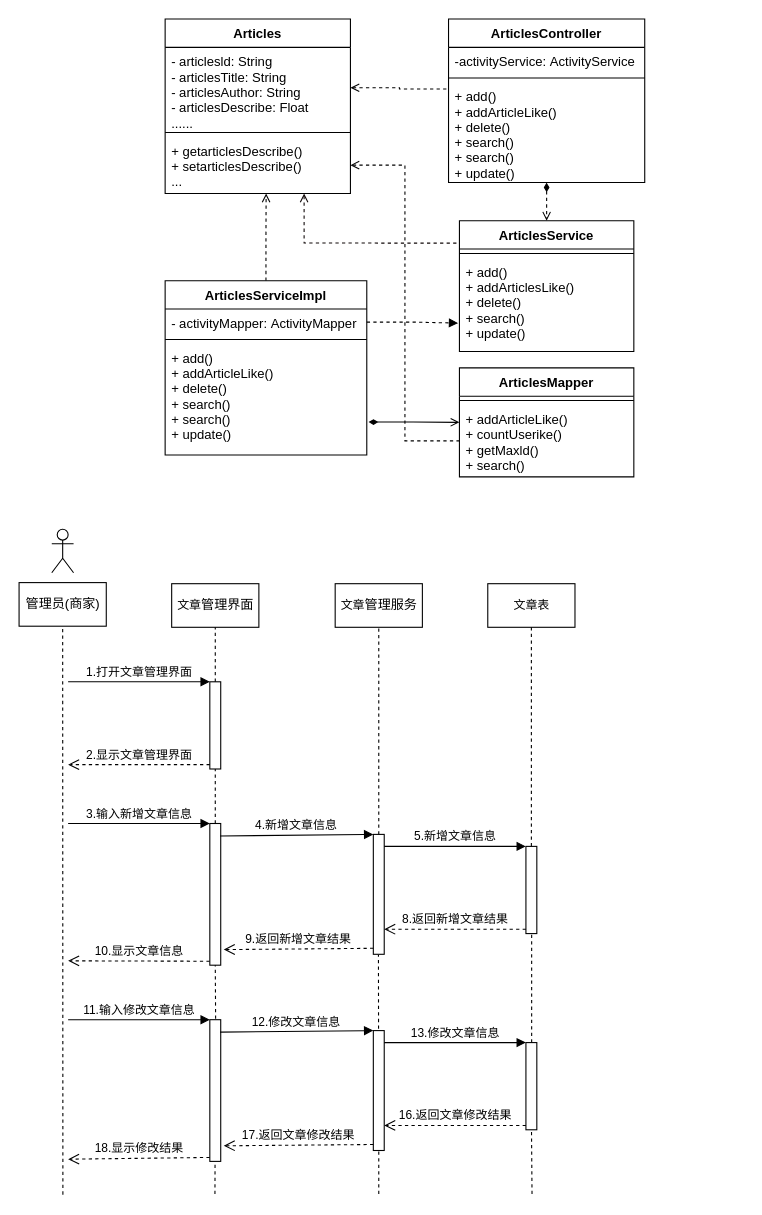
This is page "文章管理" (18 of 27) of Untitled Diagram.drawio from hongkingking/hkk, a draw.io file, before an edit. Source tidied: cells renumbered, new cells numbered last; positions are measured from the earlier drawing's top-left corner, leaving out a move shared by most shapes. Both pictures are drawn from the tidied source at 109%, with x=0, y=0 at pixel (19, 19).
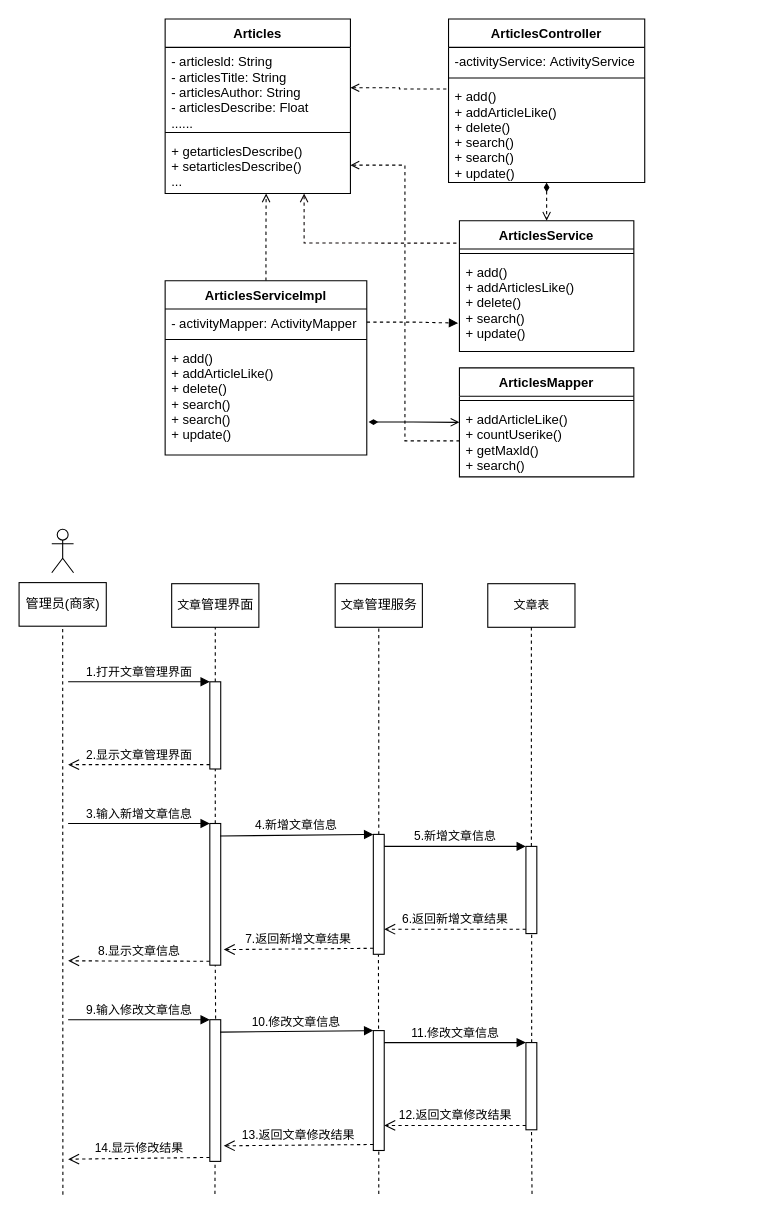
Above is the later version.

The change refers to these unchanged cells:
```xml
<mxCell id="36" style="html=1;points=[];perimeter=orthogonalPerimeter;strokeWidth=1;" parent="1" vertex="1">
  <mxGeometry x="175" y="738" width="10" height="130" as="geometry" />
</mxCell>
<mxCell id="39" style="html=1;points=[];perimeter=orthogonalPerimeter;strokeWidth=1;" parent="1" vertex="1">
  <mxGeometry x="325" y="748" width="10" height="110" as="geometry" />
</mxCell>
<mxCell id="42" style="html=1;points=[];perimeter=orthogonalPerimeter;strokeWidth=1;" parent="1" vertex="1">
  <mxGeometry x="465" y="759" width="10" height="80" as="geometry" />
</mxCell>
<mxCell id="45" style="html=1;points=[];perimeter=orthogonalPerimeter;strokeWidth=1;" parent="1" vertex="1">
  <mxGeometry x="175" y="918" width="10" height="130" as="geometry" />
</mxCell>
<mxCell id="48" style="html=1;points=[];perimeter=orthogonalPerimeter;strokeWidth=1;" parent="1" vertex="1">
  <mxGeometry x="325" y="928" width="10" height="110" as="geometry" />
</mxCell>
<mxCell id="51" style="html=1;points=[];perimeter=orthogonalPerimeter;strokeWidth=1;" parent="1" vertex="1">
  <mxGeometry x="465" y="939" width="10" height="80" as="geometry" />
</mxCell>
```

Diff of the diagram source:
```diff
@@
-    <mxCell id="38" value="10.显示文章信息" style="html=1;verticalAlign=bottom;endArrow=open;dashed=1;endSize=8;exitX=-0.013;exitY=0.972;rounded=0;exitDx=0;exitDy=0;exitPerimeter=0;" parent="1" edge="1" source="36">
+    <mxCell id="38" value="8.显示文章信息" style="html=1;verticalAlign=bottom;endArrow=open;dashed=1;endSize=8;exitX=-0.013;exitY=0.972;rounded=0;exitDx=0;exitDy=0;exitPerimeter=0;" parent="1" edge="1" source="36">
       <mxGeometry relative="1" as="geometry">
         <mxPoint x="45" y="864" as="targetPoint" />
       </mxGeometry>
     </mxCell>
@@
-    <mxCell id="41" value="9.返回新增文章结果" style="html=1;verticalAlign=bottom;endArrow=open;dashed=1;endSize=8;exitX=0;exitY=0.95;rounded=0;entryX=1.28;entryY=0.89;entryDx=0;entryDy=0;entryPerimeter=0;" parent="1" edge="1" source="39" target="36">
+    <mxCell id="41" value="7.返回新增文章结果" style="html=1;verticalAlign=bottom;endArrow=open;dashed=1;endSize=8;exitX=0;exitY=0.95;rounded=0;entryX=1.28;entryY=0.89;entryDx=0;entryDy=0;entryPerimeter=0;" parent="1" edge="1" source="39" target="36">
       <mxGeometry relative="1" as="geometry" />
     </mxCell>
@@
-    <mxCell id="44" value="8.返回新增文章结果" style="html=1;verticalAlign=bottom;endArrow=open;dashed=1;endSize=8;exitX=0;exitY=0.95;rounded=0;" parent="1" edge="1" source="42">
+    <mxCell id="44" value="6.返回新增文章结果" style="html=1;verticalAlign=bottom;endArrow=open;dashed=1;endSize=8;exitX=0;exitY=0.95;rounded=0;" parent="1" edge="1" source="42">
       <mxGeometry relative="1" as="geometry">
         <mxPoint x="335" y="835" as="targetPoint" />
       </mxGeometry>
     </mxCell>
@@
-    <mxCell id="46" value="11.输入修改文章信息" style="html=1;verticalAlign=bottom;endArrow=block;entryX=0;entryY=0;rounded=0;" parent="1" edge="1" target="45">
+    <mxCell id="46" value="9.输入修改文章信息" style="html=1;verticalAlign=bottom;endArrow=block;entryX=0;entryY=0;rounded=0;" parent="1" edge="1" target="45">
       <mxGeometry relative="1" as="geometry">
         <mxPoint x="45" y="918" as="sourcePoint" />
       </mxGeometry>
     </mxCell>
-    <mxCell id="47" value="18.显示修改结果" style="html=1;verticalAlign=bottom;endArrow=open;dashed=1;endSize=8;exitX=-0.013;exitY=0.972;rounded=0;exitDx=0;exitDy=0;exitPerimeter=0;" parent="1" edge="1" source="45">
+    <mxCell id="47" value="14.显示修改结果" style="html=1;verticalAlign=bottom;endArrow=open;dashed=1;endSize=8;exitX=-0.013;exitY=0.972;rounded=0;exitDx=0;exitDy=0;exitPerimeter=0;" parent="1" edge="1" source="45">
       <mxGeometry relative="1" as="geometry">
         <mxPoint x="45" y="1046" as="targetPoint" />
       </mxGeometry>
     </mxCell>
@@
-    <mxCell id="49" value="12.修改文章信息" style="html=1;verticalAlign=bottom;endArrow=block;entryX=0;entryY=0;rounded=0;exitX=0.94;exitY=0.088;exitDx=0;exitDy=0;exitPerimeter=0;" parent="1" edge="1" source="45" target="48">
+    <mxCell id="49" value="10.修改文章信息" style="html=1;verticalAlign=bottom;endArrow=block;entryX=0;entryY=0;rounded=0;exitX=0.94;exitY=0.088;exitDx=0;exitDy=0;exitPerimeter=0;" parent="1" edge="1" source="45" target="48">
       <mxGeometry relative="1" as="geometry" />
     </mxCell>
-    <mxCell id="50" value="17.返回文章修改结果" style="html=1;verticalAlign=bottom;endArrow=open;dashed=1;endSize=8;exitX=0;exitY=0.95;rounded=0;entryX=1.28;entryY=0.89;entryDx=0;entryDy=0;entryPerimeter=0;" parent="1" edge="1" source="48" target="45">
+    <mxCell id="50" value="13.返回文章修改结果" style="html=1;verticalAlign=bottom;endArrow=open;dashed=1;endSize=8;exitX=0;exitY=0.95;rounded=0;entryX=1.28;entryY=0.89;entryDx=0;entryDy=0;entryPerimeter=0;" parent="1" edge="1" source="48" target="45">
       <mxGeometry relative="1" as="geometry" />
     </mxCell>
@@
-    <mxCell id="52" value="13.修改文章信息" style="html=1;verticalAlign=bottom;endArrow=block;entryX=0;entryY=0;rounded=0;" parent="1" edge="1" target="51">
+    <mxCell id="52" value="11.修改文章信息" style="html=1;verticalAlign=bottom;endArrow=block;entryX=0;entryY=0;rounded=0;" parent="1" edge="1" target="51">
       <mxGeometry relative="1" as="geometry">
         <mxPoint x="335" y="939" as="sourcePoint" />
       </mxGeometry>
     </mxCell>
-    <mxCell id="53" value="16.返回文章修改结果" style="html=1;verticalAlign=bottom;endArrow=open;dashed=1;endSize=8;exitX=0;exitY=0.95;rounded=0;" parent="1" edge="1" source="51">
+    <mxCell id="53" value="12.返回文章修改结果" style="html=1;verticalAlign=bottom;endArrow=open;dashed=1;endSize=8;exitX=0;exitY=0.95;rounded=0;" parent="1" edge="1" source="51">
       <mxGeometry relative="1" as="geometry">
         <mxPoint x="335" y="1015" as="targetPoint" />
       </mxGeometry>
     </mxCell>
```
